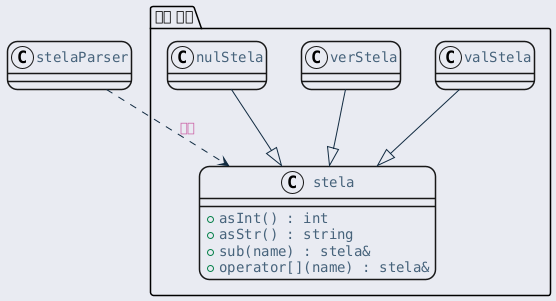
Before: ref/generated/ko/inline_umlgraph_15.png, a diagram exported from PlantUML (byeolang/website).
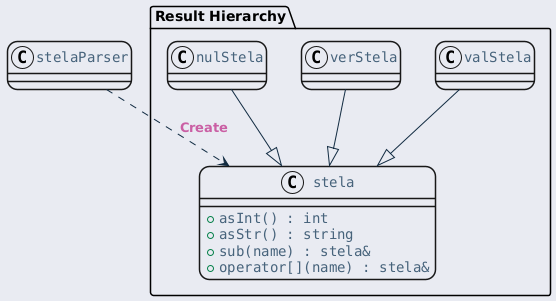
The same diagram one commit later.

What changed in the source:
```diff
@@ -23,7 +23,7 @@
     }
 }
 </style>
-package "결과 계층" {
+package "Result Hierarchy" {
     class "stela" as stela {
         + asInt() : int
         + asStr() : string
@@ -36,7 +36,7 @@
     class "nulStela" as nulStela
 }
 
-stelaParser ..> stela : 생성
+stelaParser ..> stela : Create
 
 valStela --|> stela
 verStela --|> stela
```
